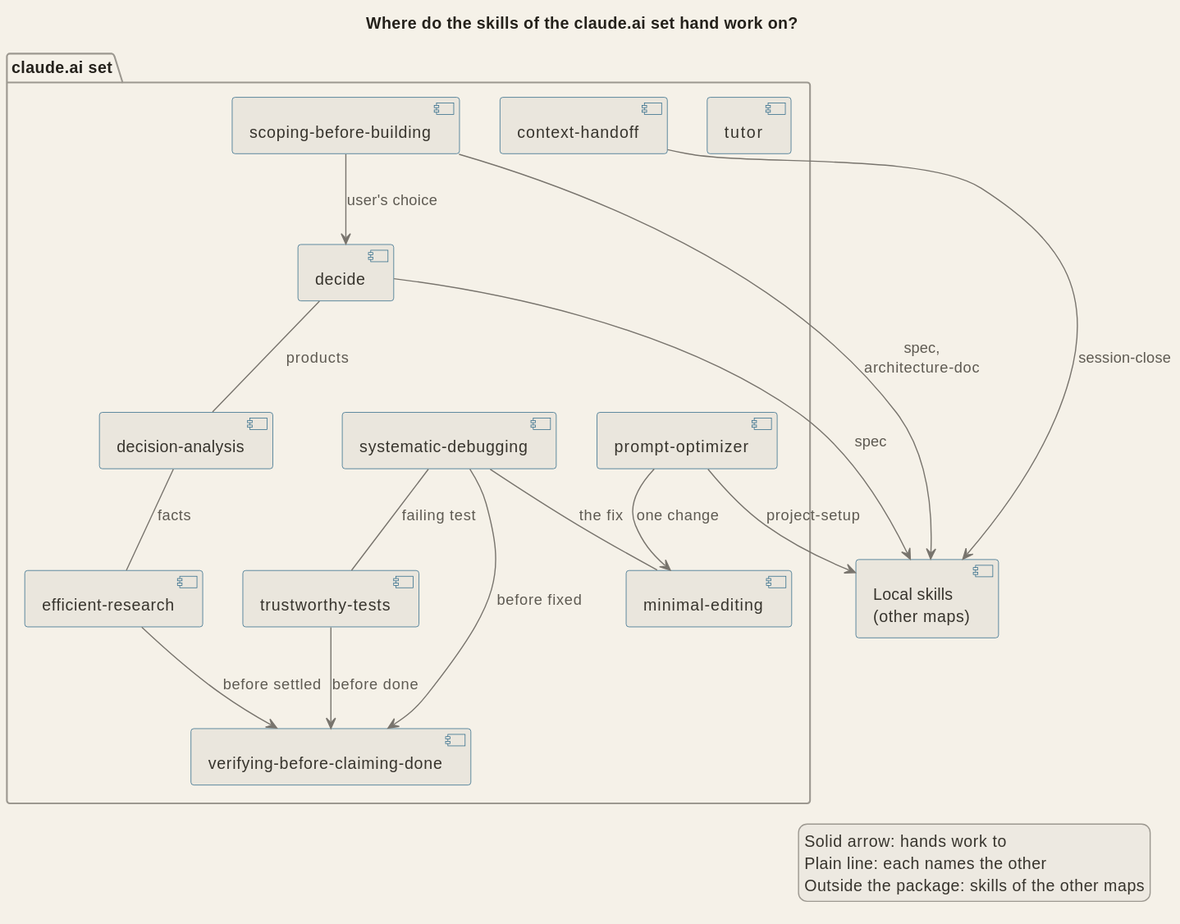
signorenne/dotagents keeps this PlantUML diagram as docs/diagrams/arch_skills_claude_ai.svg. Above is the earlier version.
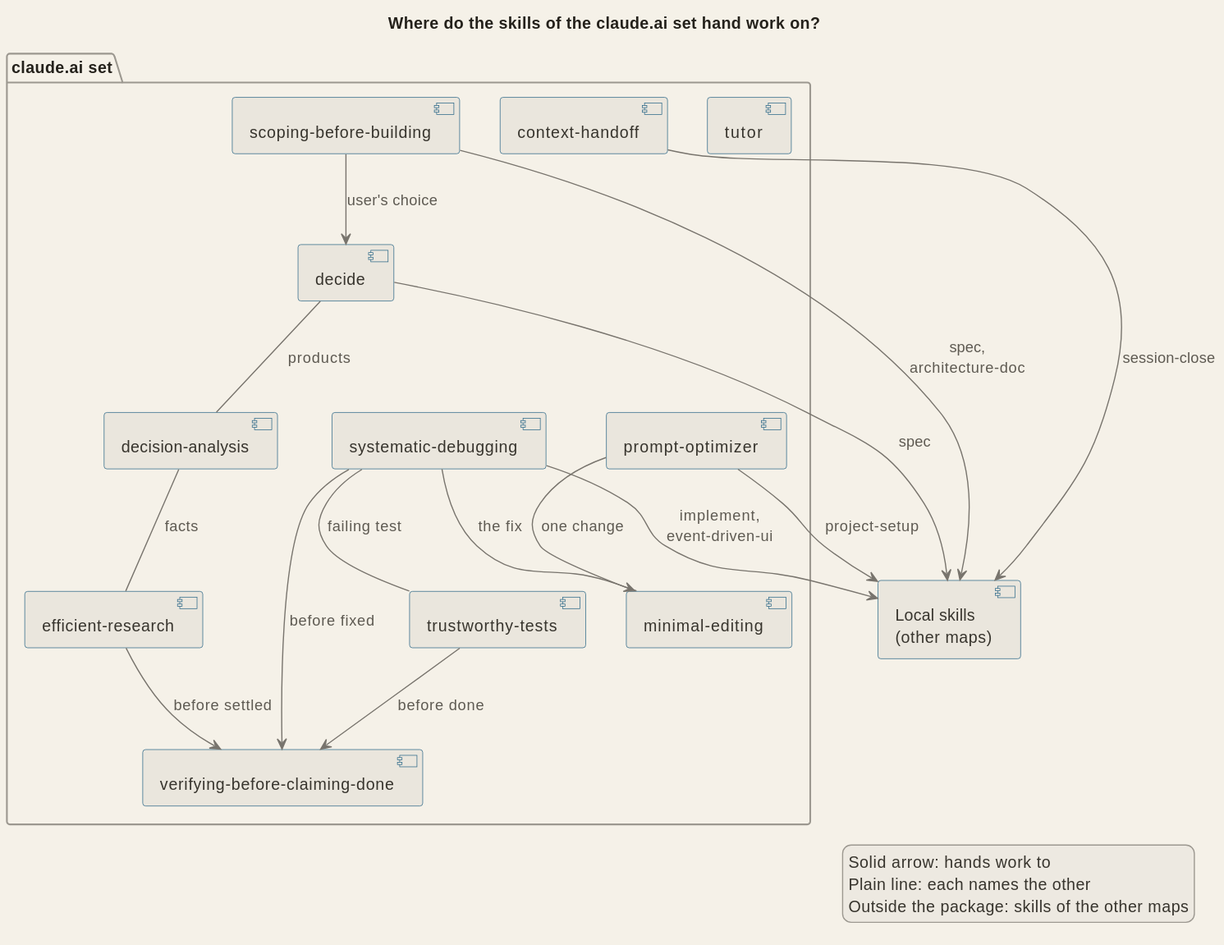
Later version of the same file.

What changed in the source:
```diff
@@ -32,6 +32,7 @@
 decide --> local : spec
 prompt --> local : project-setup
 handoff --> local : session-close
+debug --> local : implement,\nevent-driven-ui
 
 legend right
   Solid arrow: hands work to
```
